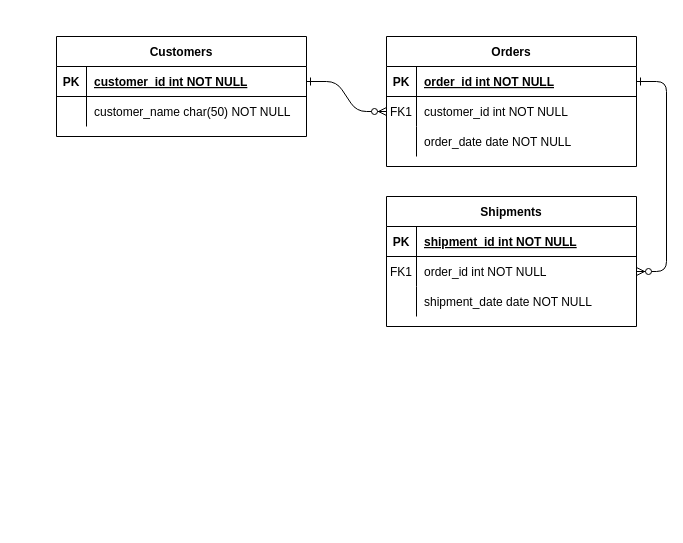
Earlier version of the draw.io diagram Untitled Diagram.drawio (edwardwarnders/hello-world). Source tidied: cells renumbered, new cells numbered last; positions are measured from the earlier drawing's top-left corner, leaving out a move shared by most shapes. Both pictures are drawn from the tidied source at 100%, with x=0, y=0 at pixel (56, 36).
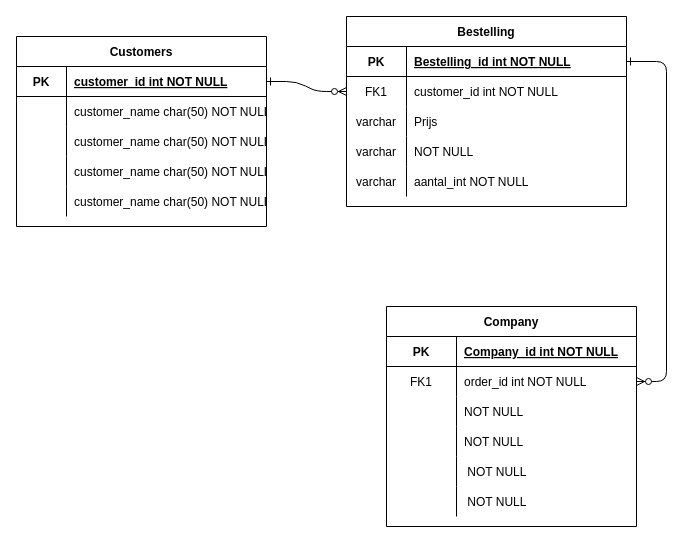
The same diagram, later.

Unchanged cells that the change refers to:
```xml
<mxCell id="15" style="shape=partialRectangle;fillColor=none;top=0;left=0;right=0;bottom=1;" parent="14" vertex="1">
  <mxGeometry y="30" width="250" height="30" as="geometry" />
</mxCell>
<mxCell id="18" style="shape=partialRectangle;fillColor=none;points=[[0,0.5],[1,0.5]];portConstraint=eastwest;top=0;left=0;right=0;bottom=0;" parent="14" vertex="1">
  <mxGeometry y="60" width="250" height="30" as="geometry" />
</mxCell>
<mxCell id="21" style="shape=partialRectangle;fillColor=none;top=0;left=0;right=0;bottom=0;" parent="14" vertex="1">
  <mxGeometry y="90" width="250" height="30" as="geometry" />
</mxCell>
<mxCell id="25" style="shape=partialRectangle;fillColor=none;points=[[0,0.5],[1,0.5]];portConstraint=eastwest;top=0;left=0;right=0;bottom=1;" parent="24" vertex="1">
  <mxGeometry y="30" width="250" height="30" as="geometry" />
</mxCell>
<mxCell id="28" style="shape=partialRectangle;fillColor=none;top=0;left=0;right=0;bottom=0;" parent="24" vertex="1">
  <mxGeometry y="60" width="250" height="30" as="geometry" />
</mxCell>
```

What changed in the source:
```diff
@@
-    <mxCell id="4" value="Orders" style="shape=table;startSize=30;childLayout=tableLayout;rowLines=0;fontStyle=1;align=center;" parent="1" vertex="1">
-      <mxGeometry x="330" width="250" height="130" as="geometry" />
+    <mxCell id="4" value="Bestelling" style="shape=table;startSize=30;childLayout=tableLayout;rowLines=0;fontStyle=1;align=center;" parent="1" vertex="1">
+      <mxGeometry x="290" y="-20" width="280" height="190" as="geometry" />
     </mxCell>
     <mxCell id="5" style="shape=partialRectangle;fillColor=none;points=[[0,0.5],[1,0.5]];portConstraint=eastwest;top=0;left=0;right=0;bottom=1;" parent="4" vertex="1">
-      <mxGeometry y="30" width="250" height="30" as="geometry" />
+      <mxGeometry y="30" width="280" height="30" as="geometry" />
     </mxCell>
     <mxCell id="6" value="PK" style="shape=partialRectangle;overflow=hidden;fillColor=none;top=0;left=0;bottom=0;right=0;fontStyle=1;" parent="5" vertex="1">
-      <mxGeometry width="30" height="30" as="geometry" />
+      <mxGeometry width="60" height="30" as="geometry" />
     </mxCell>
-    <mxCell id="7" value="order_id int NOT NULL " style="shape=partialRectangle;overflow=hidden;fillColor=none;top=0;left=0;bottom=0;right=0;align=left;spacingLeft=6;fontStyle=5;" parent="5" vertex="1">
-      <mxGeometry x="30" width="220" height="30" as="geometry" />
+    <mxCell id="7" value="Bestelling_id int NOT NULL " style="shape=partialRectangle;overflow=hidden;fillColor=none;top=0;left=0;bottom=0;right=0;align=left;spacingLeft=6;fontStyle=5;" parent="5" vertex="1">
+      <mxGeometry x="60" width="220" height="30" as="geometry" />
     </mxCell>
     <mxCell id="8" style="shape=partialRectangle;fillColor=none;points=[[0,0.5],[1,0.5]];portConstraint=eastwest;top=0;left=0;right=0;bottom=0;" parent="4" vertex="1">
-      <mxGeometry y="60" width="250" height="30" as="geometry" />
+      <mxGeometry y="60" width="280" height="30" as="geometry" />
     </mxCell>
     <mxCell id="9" value="FK1" style="shape=partialRectangle;overflow=hidden;fillColor=none;top=0;left=0;bottom=0;right=0;" parent="8" vertex="1">
-      <mxGeometry width="30" height="30" as="geometry" />
+      <mxGeometry width="60" height="30" as="geometry" />
     </mxCell>
     <mxCell id="10" value="customer_id int NOT NULL" style="shape=partialRectangle;overflow=hidden;fillColor=none;top=0;left=0;bottom=0;right=0;align=left;spacingLeft=6;" parent="8" vertex="1">
-      <mxGeometry x="30" width="220" height="30" as="geometry" />
+      <mxGeometry x="60" width="220" height="30" as="geometry" />
     </mxCell>
+    <mxCell id="31" style="shape=partialRectangle;fillColor=none;top=0;left=0;right=0;bottom=0;" parent="4" vertex="1">
+      <mxGeometry y="90" width="280" height="30" as="geometry" />
+    </mxCell>
+    <mxCell id="32" value="varchar" style="shape=partialRectangle;overflow=hidden;fillColor=none;top=0;left=0;bottom=0;right=0;" parent="31" vertex="1">
+      <mxGeometry width="60" height="30" as="geometry" />
+    </mxCell>
+    <mxCell id="33" value="Prijs" style="shape=partialRectangle;overflow=hidden;fillColor=none;top=0;left=0;bottom=0;right=0;align=left;spacingLeft=6;" parent="31" vertex="1">
+      <mxGeometry x="60" width="220" height="30" as="geometry" />
+    </mxCell>
     <mxCell id="11" style="shape=partialRectangle;fillColor=none;top=0;left=0;right=0;bottom=0;" parent="4" vertex="1">
-      <mxGeometry y="90" width="250" height="30" as="geometry" />
+      <mxGeometry y="120" width="280" height="30" as="geometry" />
     </mxCell>
-    <mxCell id="12" style="shape=partialRectangle;overflow=hidden;fillColor=none;top=0;left=0;bottom=0;right=0;" parent="11" vertex="1">
-      <mxGeometry width="30" height="30" as="geometry" />
+    <mxCell id="12" value="varchar" style="shape=partialRectangle;overflow=hidden;fillColor=none;top=0;left=0;bottom=0;right=0;" parent="11" vertex="1">
+      <mxGeometry width="60" height="30" as="geometry" />
     </mxCell>
-    <mxCell id="13" value="order_date date NOT NULL" style="shape=partialRectangle;overflow=hidden;fillColor=none;top=0;left=0;bottom=0;right=0;align=left;spacingLeft=6;" parent="11" vertex="1">
-      <mxGeometry x="30" width="220" height="30" as="geometry" />
+    <mxCell id="13" value="NOT NULL" style="shape=partialRectangle;overflow=hidden;fillColor=none;top=0;left=0;bottom=0;right=0;align=left;spacingLeft=6;" parent="11" vertex="1">
+      <mxGeometry x="60" width="220" height="30" as="geometry" />
     </mxCell>
+    <mxCell id="34" style="shape=partialRectangle;fillColor=none;top=0;left=0;right=0;bottom=0;" parent="4" vertex="1">
+      <mxGeometry y="150" width="280" height="30" as="geometry" />
+    </mxCell>
+    <mxCell id="35" value="varchar" style="shape=partialRectangle;overflow=hidden;fillColor=none;top=0;left=0;bottom=0;right=0;" parent="34" vertex="1">
+      <mxGeometry width="60" height="30" as="geometry" />
+    </mxCell>
+    <mxCell id="36" value="aantal_int NOT NULL" style="shape=partialRectangle;overflow=hidden;fillColor=none;top=0;left=0;bottom=0;right=0;align=left;spacingLeft=6;" parent="34" vertex="1">
+      <mxGeometry x="60" width="220" height="30" as="geometry" />
+    </mxCell>
-    <mxCell id="14" value="Shipments" style="shape=table;startSize=30;childLayout=tableLayout;rowLines=0;fontStyle=1;align=center;" parent="1" vertex="1">
-      <mxGeometry x="330" y="160" width="250" height="130" as="geometry" />
+    <mxCell id="14" value="Company" style="shape=table;startSize=30;childLayout=tableLayout;rowLines=0;fontStyle=1;align=center;" parent="1" vertex="1">
+      <mxGeometry x="330" y="270" width="250" height="220" as="geometry" />
     </mxCell>
@@
     <mxCell id="16" value="PK" style="shape=partialRectangle;overflow=hidden;fillColor=none;top=0;left=0;bottom=0;right=0;fontStyle=1;" parent="15" vertex="1">
-      <mxGeometry width="30" height="30" as="geometry" />
+      <mxGeometry width="70" height="30" as="geometry" />
     </mxCell>
-    <mxCell id="17" value="shipment_id int NOT NULL " style="shape=partialRectangle;overflow=hidden;fillColor=none;top=0;left=0;bottom=0;right=0;align=left;spacingLeft=6;fontStyle=5;" parent="15" vertex="1">
-      <mxGeometry x="30" width="220" height="30" as="geometry" />
+    <mxCell id="17" value="Company_id int NOT NULL " style="shape=partialRectangle;overflow=hidden;fillColor=none;top=0;left=0;bottom=0;right=0;align=left;spacingLeft=6;fontStyle=5;" parent="15" vertex="1">
+      <mxGeometry x="70" width="180" height="30" as="geometry" />
     </mxCell>
@@
     <mxCell id="19" value="FK1" style="shape=partialRectangle;overflow=hidden;fillColor=none;top=0;left=0;bottom=0;right=0;" parent="18" vertex="1">
-      <mxGeometry width="30" height="30" as="geometry" />
+      <mxGeometry width="70" height="30" as="geometry" />
     </mxCell>
     <mxCell id="20" value="order_id int NOT NULL" style="shape=partialRectangle;overflow=hidden;fillColor=none;top=0;left=0;bottom=0;right=0;align=left;spacingLeft=6;" parent="18" vertex="1">
-      <mxGeometry x="30" width="220" height="30" as="geometry" />
+      <mxGeometry x="70" width="180" height="30" as="geometry" />
     </mxCell>
@@
     <mxCell id="22" style="shape=partialRectangle;overflow=hidden;fillColor=none;top=0;left=0;bottom=0;right=0;" parent="21" vertex="1">
-      <mxGeometry width="30" height="30" as="geometry" />
+      <mxGeometry width="70" height="30" as="geometry" />
     </mxCell>
-    <mxCell id="23" value="shipment_date date NOT NULL" style="shape=partialRectangle;overflow=hidden;fillColor=none;top=0;left=0;bottom=0;right=0;align=left;spacingLeft=6;" parent="21" vertex="1">
-      <mxGeometry x="30" width="220" height="30" as="geometry" />
+    <mxCell id="23" value="NOT NULL" style="shape=partialRectangle;overflow=hidden;fillColor=none;top=0;left=0;bottom=0;right=0;align=left;spacingLeft=6;" parent="21" vertex="1">
+      <mxGeometry x="70" width="180" height="30" as="geometry" />
     </mxCell>
+    <mxCell id="37" style="shape=partialRectangle;fillColor=none;top=0;left=0;right=0;bottom=0;" parent="14" vertex="1">
+      <mxGeometry y="120" width="250" height="30" as="geometry" />
+    </mxCell>
+    <mxCell id="38" style="shape=partialRectangle;overflow=hidden;fillColor=none;top=0;left=0;bottom=0;right=0;" parent="37" vertex="1">
+      <mxGeometry width="70" height="30" as="geometry" />
+    </mxCell>
+    <mxCell id="39" value="NOT NULL" style="shape=partialRectangle;overflow=hidden;fillColor=none;top=0;left=0;bottom=0;right=0;align=left;spacingLeft=6;" parent="37" vertex="1">
+      <mxGeometry x="70" width="180" height="30" as="geometry" />
+    </mxCell>
+    <mxCell id="40" style="shape=partialRectangle;fillColor=none;top=0;left=0;right=0;bottom=0;" parent="14" vertex="1">
+      <mxGeometry y="150" width="250" height="30" as="geometry" />
+    </mxCell>
+    <mxCell id="41" style="shape=partialRectangle;overflow=hidden;fillColor=none;top=0;left=0;bottom=0;right=0;" parent="40" vertex="1">
+      <mxGeometry width="70" height="30" as="geometry" />
+    </mxCell>
+    <mxCell id="42" value=" NOT NULL" style="shape=partialRectangle;overflow=hidden;fillColor=none;top=0;left=0;bottom=0;right=0;align=left;spacingLeft=6;" parent="40" vertex="1">
+      <mxGeometry x="70" width="180" height="30" as="geometry" />
+    </mxCell>
+    <mxCell id="43" style="shape=partialRectangle;fillColor=none;top=0;left=0;right=0;bottom=0;" parent="14" vertex="1">
+      <mxGeometry y="180" width="250" height="30" as="geometry" />
+    </mxCell>
+    <mxCell id="44" style="shape=partialRectangle;overflow=hidden;fillColor=none;top=0;left=0;bottom=0;right=0;" parent="43" vertex="1">
+      <mxGeometry width="70" height="30" as="geometry" />
+    </mxCell>
+    <mxCell id="45" value=" NOT NULL" style="shape=partialRectangle;overflow=hidden;fillColor=none;top=0;left=0;bottom=0;right=0;align=left;spacingLeft=6;" parent="43" vertex="1">
+      <mxGeometry x="70" width="180" height="30" as="geometry" />
+    </mxCell>
     <mxCell id="24" value="Customers" style="shape=table;startSize=30;childLayout=tableLayout;rowLines=0;fontStyle=1;align=center;" parent="1" vertex="1">
-      <mxGeometry width="250" height="100" as="geometry" />
+      <mxGeometry x="-40" width="250" height="190" as="geometry" />
     </mxCell>
@@
     <mxCell id="26" value="PK" style="shape=partialRectangle;overflow=hidden;fillColor=none;top=0;left=0;bottom=0;right=0;fontStyle=1;" parent="25" vertex="1">
-      <mxGeometry width="30" height="30" as="geometry" />
+      <mxGeometry width="50" height="30" as="geometry" />
     </mxCell>
     <mxCell id="27" value="customer_id int NOT NULL " style="shape=partialRectangle;overflow=hidden;fillColor=none;top=0;left=0;bottom=0;right=0;align=left;spacingLeft=6;fontStyle=5;" parent="25" vertex="1">
-      <mxGeometry x="30" width="220" height="30" as="geometry" />
+      <mxGeometry x="50" width="200" height="30" as="geometry" />
     </mxCell>
@@
     <mxCell id="29" style="shape=partialRectangle;overflow=hidden;fillColor=none;top=0;left=0;bottom=0;right=0;" parent="28" vertex="1">
-      <mxGeometry width="30" height="30" as="geometry" />
+      <mxGeometry width="50" height="30" as="geometry" />
     </mxCell>
     <mxCell id="30" value="customer_name char(50) NOT NULL" style="shape=partialRectangle;overflow=hidden;fillColor=none;top=0;left=0;bottom=0;right=0;align=left;spacingLeft=6;" parent="28" vertex="1">
-      <mxGeometry x="30" width="220" height="30" as="geometry" />
+      <mxGeometry x="50" width="200" height="30" as="geometry" />
     </mxCell>
+    <mxCell id="46" style="shape=partialRectangle;fillColor=none;top=0;left=0;right=0;bottom=0;" parent="24" vertex="1">
+      <mxGeometry y="90" width="250" height="30" as="geometry" />
+    </mxCell>
+    <mxCell id="47" style="shape=partialRectangle;overflow=hidden;fillColor=none;top=0;left=0;bottom=0;right=0;" parent="46" vertex="1">
+      <mxGeometry width="50" height="30" as="geometry" />
+    </mxCell>
+    <mxCell id="48" value="customer_name char(50) NOT NULL" style="shape=partialRectangle;overflow=hidden;fillColor=none;top=0;left=0;bottom=0;right=0;align=left;spacingLeft=6;" parent="46" vertex="1">
+      <mxGeometry x="50" width="200" height="30" as="geometry" />
+    </mxCell>
+    <mxCell id="49" style="shape=partialRectangle;fillColor=none;top=0;left=0;right=0;bottom=0;" parent="24" vertex="1">
+      <mxGeometry y="120" width="250" height="30" as="geometry" />
+    </mxCell>
+    <mxCell id="50" style="shape=partialRectangle;overflow=hidden;fillColor=none;top=0;left=0;bottom=0;right=0;" parent="49" vertex="1">
+      <mxGeometry width="50" height="30" as="geometry" />
+    </mxCell>
+    <mxCell id="51" value="customer_name char(50) NOT NULL" style="shape=partialRectangle;overflow=hidden;fillColor=none;top=0;left=0;bottom=0;right=0;align=left;spacingLeft=6;" parent="49" vertex="1">
+      <mxGeometry x="50" width="200" height="30" as="geometry" />
+    </mxCell>
+    <mxCell id="52" style="shape=partialRectangle;fillColor=none;top=0;left=0;right=0;bottom=0;" parent="24" vertex="1">
+      <mxGeometry y="150" width="250" height="30" as="geometry" />
+    </mxCell>
+    <mxCell id="53" style="shape=partialRectangle;overflow=hidden;fillColor=none;top=0;left=0;bottom=0;right=0;" parent="52" vertex="1">
+      <mxGeometry width="50" height="30" as="geometry" />
+    </mxCell>
+    <mxCell id="54" value="customer_name char(50) NOT NULL" style="shape=partialRectangle;overflow=hidden;fillColor=none;top=0;left=0;bottom=0;right=0;align=left;spacingLeft=6;" parent="52" vertex="1">
+      <mxGeometry x="50" width="200" height="30" as="geometry" />
+    </mxCell>
```
